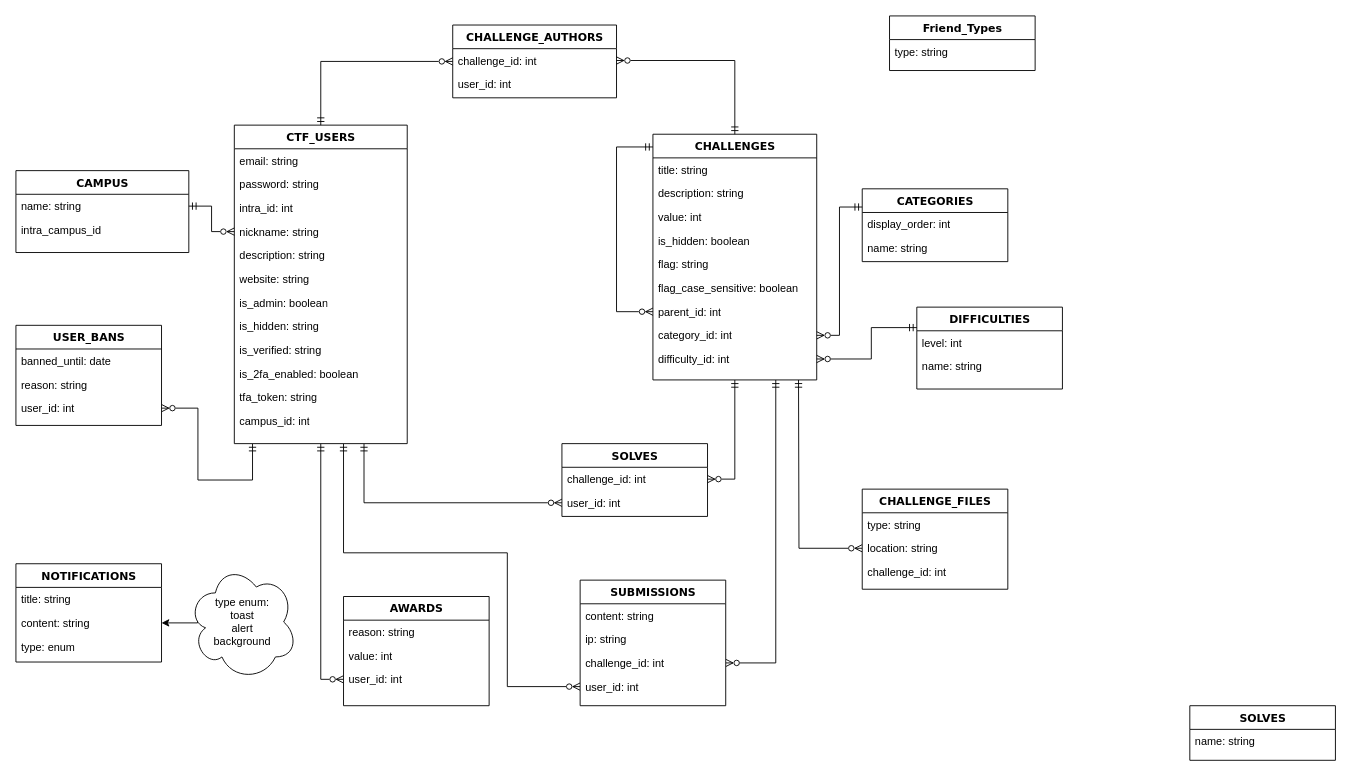
Earlier version of the draw.io diagram MCD.drawio (42lctf/42lctfp). Source tidied: cells renumbered, new cells numbered last; positions are measured from the earlier drawing's top-left corner, leaving out a move shared by most shapes. Both pictures are drawn from the tidied source at 91%, with x=0, y=0 at pixel (15, 15).
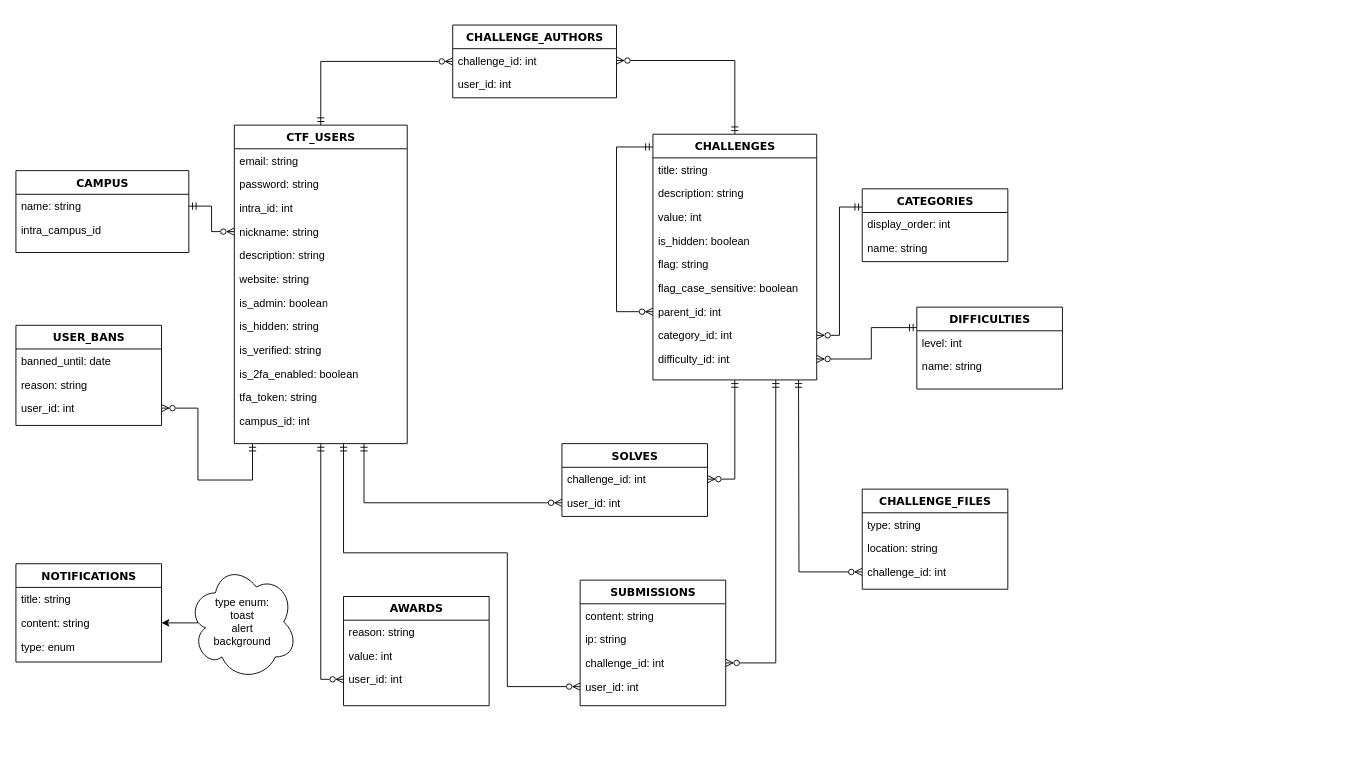
The same diagram, later.

Commit message:
Mettre à jour MCD.drawio

The change refers to these unchanged cells:
```xml
<mxCell id="78" value="location: string" style="text;html=1;strokeColor=none;fillColor=none;align=left;verticalAlign=top;spacingLeft=4;spacingRight=4;whiteSpace=wrap;overflow=hidden;points=[[0,0.5],[1,0.5]];portConstraint=eastwest;" parent="76" vertex="1">
  <mxGeometry y="52" width="160" height="26" as="geometry" />
</mxCell>
<mxCell id="79" value="challenge_id: int" style="text;html=1;strokeColor=none;fillColor=none;align=left;verticalAlign=top;spacingLeft=4;spacingRight=4;whiteSpace=wrap;overflow=hidden;points=[[0,0.5],[1,0.5]];portConstraint=eastwest;" parent="76" vertex="1">
  <mxGeometry y="78" width="160" height="26" as="geometry" />
</mxCell>
```

The edit, as a diff of the source:
```diff
@@
-    <mxCell id="30" value="Friend_Types" style="swimlane;html=1;fontStyle=1;align=center;verticalAlign=top;horizontal=1;startSize=26;swimlaneFillColor=#ffffff;rounded=0;shadow=0;comic=0;labelBackgroundColor=none;strokeWidth=1;fillColor=none;fontFamily=Verdana;fontSize=12;" parent="1" vertex="1">
-      <mxGeometry x="960" width="160" height="60" as="geometry" />
-    </mxCell>
-    <mxCell id="31" value="type: string" style="text;html=1;strokeColor=none;fillColor=none;align=left;verticalAlign=top;spacingLeft=4;spacingRight=4;whiteSpace=wrap;overflow=hidden;" parent="30" vertex="1">
-      <mxGeometry y="26" width="160" height="26" as="geometry" />
-    </mxCell>
@@
-    <mxCell id="34" style="edgeStyle=orthogonalEdgeStyle;rounded=0;jettySize=auto;html=1;entryX=0;entryY=0.5;entryDx=0;entryDy=0;startArrow=ERmandOne;startFill=0;endArrow=ERzeroToMany;endFill=0;" parent="1" edge="1" target="78">
+    <mxCell id="34" style="edgeStyle=orthogonalEdgeStyle;rounded=0;jettySize=auto;html=1;entryX=0;entryY=0.5;entryDx=0;entryDy=0;startArrow=ERmandOne;startFill=0;endArrow=ERzeroToMany;endFill=0;" parent="1" edge="1" target="79">
       <mxGeometry relative="1" as="geometry">
         <mxPoint x="860" y="400" as="sourcePoint" />
       </mxGeometry>
     </mxCell>
@@
-    <mxCell id="63" value="SOLVES" style="swimlane;html=1;fontStyle=1;align=center;verticalAlign=top;horizontal=1;startSize=26;swimlaneFillColor=#ffffff;rounded=0;shadow=0;comic=0;labelBackgroundColor=none;strokeWidth=1;fillColor=none;fontFamily=Verdana;fontSize=12;" parent="1" vertex="1">
-      <mxGeometry x="1290" y="758" width="160" height="60" as="geometry" />
-    </mxCell>
-    <mxCell id="64" value="name: string" style="text;html=1;strokeColor=none;fillColor=none;align=left;verticalAlign=top;spacingLeft=4;spacingRight=4;whiteSpace=wrap;overflow=hidden;" parent="63" vertex="1">
-      <mxGeometry y="26" width="160" height="26" as="geometry" />
-    </mxCell>
```
